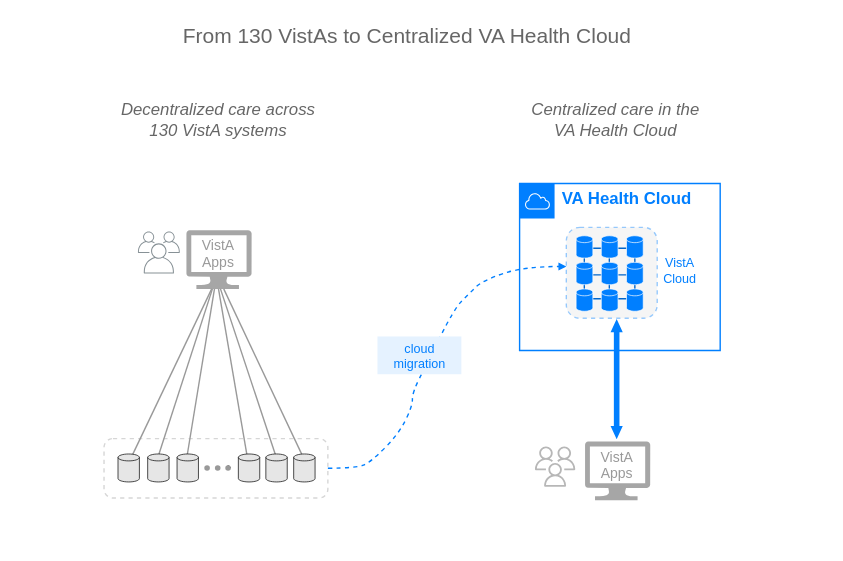
Above: img/vista-to-vaec-5.svg in cloudvista/vaa (draw.io), before the change. Source tidied: cells renumbered, new cells last; positions are measured from the earlier drawing's top-left corner, leaving out a move shared by most shapes.
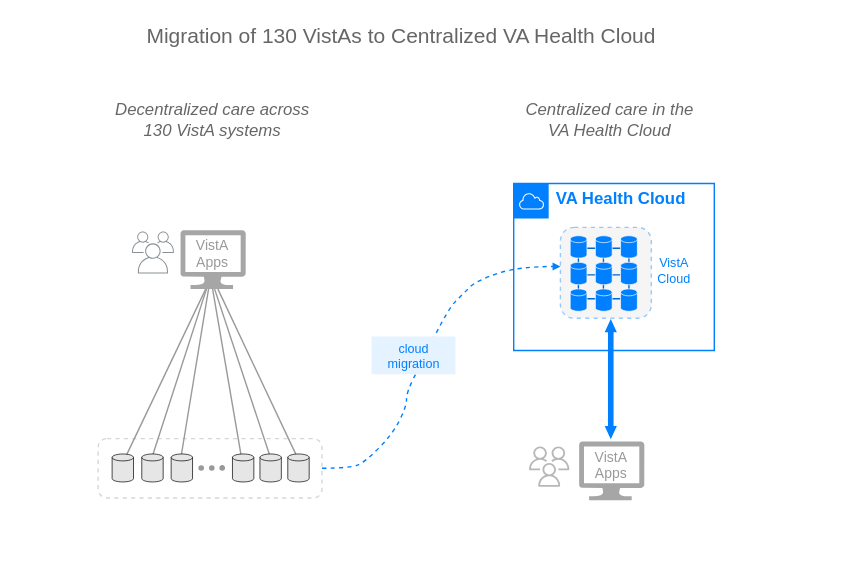
The same diagram one commit later.

What changed in the source:
```diff
@@ -3,7 +3,7 @@
     <mxCell id="0" />
     <mxCell id="1" parent="0" />
     <mxCell id="2" style="rounded=0;whiteSpace=wrap;html=1;fontColor=#0066CC;strokeColor=none;" parent="1" vertex="1">
-      <mxGeometry width="600" height="400" as="geometry" />
+      <mxGeometry x="4" width="600" height="400" as="geometry" />
     </mxCell>
     <mxCell id="3" style="sketch=0;shadow=0;dashed=0;html=1;strokeColor=none;labelPosition=center;verticalLabelPosition=bottom;verticalAlign=top;align=center;fillColor=#808080;shape=mxgraph.azure.computer;strokeWidth=2;opacity=70;" parent="1" vertex="1">
       <mxGeometry x="132.4" y="164" width="46.7" height="42" as="geometry" />
@@ -38,8 +38,8 @@
         <mxPoint x="156.8" y="206" as="targetPoint" />
       </mxGeometry>
     </mxCell>
-    <mxCell id="10" value="&lt;font size=&quot;1&quot; color=&quot;#666666&quot; style=&quot;&quot;&gt;&lt;span style=&quot;font-weight: normal; font-size: 15px;&quot;&gt;From 130 VistAs to Centralized VA Health Cloud&lt;/span&gt;&lt;/font&gt;" style="text;html=1;align=center;verticalAlign=middle;strokeColor=none;fillColor=none;fontStyle=1;" parent="1" vertex="1">
-      <mxGeometry x="120" y="10" width="340" height="30" as="geometry" />
+    <mxCell id="10" value="&lt;font size=&quot;1&quot; color=&quot;#666666&quot; style=&quot;&quot;&gt;&lt;span style=&quot;font-weight: normal; font-size: 15px;&quot;&gt;Migration of 130 VistAs to Centralized VA Health Cloud&lt;/span&gt;&lt;/font&gt;" style="text;html=1;align=center;verticalAlign=middle;strokeColor=none;fillColor=none;fontStyle=1;" parent="1" vertex="1">
+      <mxGeometry x="95" y="10" width="390" height="30" as="geometry" />
     </mxCell>
     <mxCell id="11" style="sketch=0;shadow=0;dashed=0;html=1;strokeColor=none;labelPosition=center;verticalLabelPosition=bottom;verticalAlign=top;align=center;fillColor=#808080;shape=mxgraph.azure.computer;strokeWidth=2;opacity=70;" parent="1" vertex="1">
       <mxGeometry x="417.3" y="315" width="46.7" height="42" as="geometry" />
```
